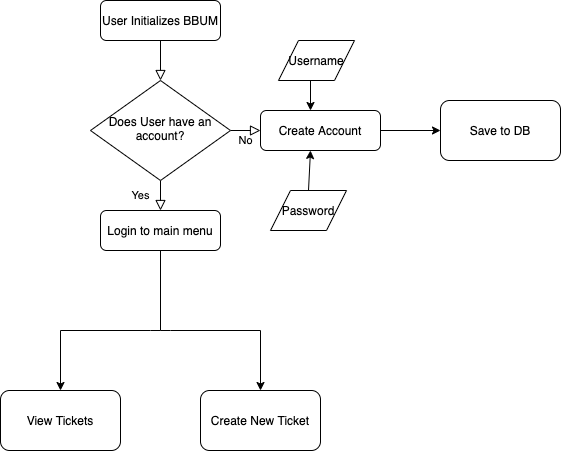
Earlier version of the draw.io export BBUN.png (maraque/Boring-but-Useful-Notifier-BBUN-). Source tidied: cells renumbered, new cells last; positions are measured from the earlier drawing's top-left corner, leaving out a move shared by most shapes. Its diagram source:
```xml
<mxGraphModel>
  <root>
    <mxCell id="0" />
    <mxCell id="1" parent="0" />
    <mxCell id="2" style="rounded=0;html=1;jettySize=auto;fontSize=11;endArrow=block;endFill=0;endSize=8;strokeWidth=1;shadow=0;labelBackgroundColor=none;edgeStyle=orthogonalEdgeStyle;" parent="1" edge="1" source="3" target="6">
      <mxGeometry relative="1" as="geometry" />
    </mxCell>
    <mxCell id="3" value="User Initializes BBUM" style="rounded=1;whiteSpace=wrap;html=1;fontSize=12;glass=0;strokeWidth=1;shadow=0;" parent="1" vertex="1">
      <mxGeometry x="100" width="120" height="40" as="geometry" />
    </mxCell>
    <mxCell id="4" value="Yes" style="rounded=0;html=1;jettySize=auto;fontSize=11;endArrow=block;endFill=0;endSize=8;strokeWidth=1;shadow=0;labelBackgroundColor=none;edgeStyle=orthogonalEdgeStyle;" parent="1" edge="1" source="6">
      <mxGeometry y="20" relative="1" as="geometry">
        <mxPoint x="160" y="210" as="targetPoint" />
      </mxGeometry>
    </mxCell>
    <mxCell id="5" value="No" style="edgeStyle=orthogonalEdgeStyle;rounded=0;html=1;jettySize=auto;fontSize=11;endArrow=block;endFill=0;endSize=8;strokeWidth=1;shadow=0;labelBackgroundColor=none;" parent="1" edge="1" source="6" target="7">
      <mxGeometry y="10" relative="1" as="geometry" />
    </mxCell>
    <mxCell id="6" value="Does User have an account?" style="rhombus;whiteSpace=wrap;html=1;shadow=0;fontFamily=Helvetica;fontSize=12;align=center;strokeWidth=1;spacing=6;spacingTop=-4;" parent="1" vertex="1">
      <mxGeometry x="90" y="80" width="140" height="100" as="geometry" />
    </mxCell>
    <mxCell id="7" value="Create Account" style="rounded=1;whiteSpace=wrap;html=1;fontSize=12;glass=0;strokeWidth=1;shadow=0;" parent="1" vertex="1">
      <mxGeometry x="260" y="110" width="120" height="40" as="geometry" />
    </mxCell>
    <mxCell id="8" value="Login to main menu" style="rounded=1;whiteSpace=wrap;html=1;fontSize=12;glass=0;strokeWidth=1;shadow=0;" parent="1" vertex="1">
      <mxGeometry x="100" y="210" width="120" height="40" as="geometry" />
    </mxCell>
    <mxCell id="9" value="Password" style="shape=parallelogram;perimeter=parallelogramPerimeter;whiteSpace=wrap;html=1;fixedSize=1;" parent="1" vertex="1">
      <mxGeometry x="270" y="190" width="76" height="40" as="geometry" />
    </mxCell>
    <mxCell id="10" value="Username" style="shape=parallelogram;perimeter=parallelogramPerimeter;whiteSpace=wrap;html=1;fixedSize=1;" parent="1" vertex="1">
      <mxGeometry x="278" y="40" width="76" height="40" as="geometry" />
    </mxCell>
    <mxCell id="11" style="endArrow=classic;html=1;" parent="1" edge="1">
      <mxGeometry relative="1" as="geometry">
        <mxPoint x="310" y="80" as="sourcePoint" />
        <mxPoint x="310" y="110" as="targetPoint" />
      </mxGeometry>
    </mxCell>
    <mxCell id="12" style="endArrow=classic;html=1;exitX=0.5;exitY=0;exitDx=0;exitDy=0;" parent="1" edge="1" source="9">
      <mxGeometry relative="1" as="geometry">
        <mxPoint x="310" y="150" as="targetPoint" />
      </mxGeometry>
    </mxCell>
    <mxCell id="13" style="endArrow=classic;html=1;exitX=1;exitY=0.5;exitDx=0;exitDy=0;" parent="1" edge="1" source="7">
      <mxGeometry relative="1" as="geometry">
        <mxPoint x="440" y="130" as="targetPoint" />
      </mxGeometry>
    </mxCell>
    <mxCell id="14" value="Save to DB" style="rounded=1;whiteSpace=wrap;html=1;" parent="1" vertex="1">
      <mxGeometry x="440" y="100" width="120" height="60" as="geometry" />
    </mxCell>
    <mxCell id="15" style="endArrow=none;html=1;entryX=0.5;entryY=1;entryDx=0;entryDy=0;" parent="1" edge="1" target="8">
      <mxGeometry relative="1" as="geometry">
        <mxPoint x="160" y="330" as="sourcePoint" />
      </mxGeometry>
    </mxCell>
    <mxCell id="16" style="endArrow=none;html=1;" parent="1" edge="1">
      <mxGeometry relative="1" as="geometry">
        <mxPoint x="60" y="330" as="sourcePoint" />
        <mxPoint x="260" y="330" as="targetPoint" />
        <Array as="points">
          <mxPoint x="160" y="330" />
        </Array>
      </mxGeometry>
    </mxCell>
    <mxCell id="17" style="endArrow=classic;html=1;" parent="1" edge="1">
      <mxGeometry relative="1" as="geometry">
        <mxPoint x="60" y="330" as="sourcePoint" />
        <mxPoint x="60" y="390" as="targetPoint" />
      </mxGeometry>
    </mxCell>
    <mxCell id="18" style="endArrow=classic;html=1;" parent="1" edge="1">
      <mxGeometry relative="1" as="geometry">
        <mxPoint x="260" y="330" as="sourcePoint" />
        <mxPoint x="260" y="390" as="targetPoint" />
      </mxGeometry>
    </mxCell>
    <mxCell id="19" value="View Tickets" style="rounded=1;whiteSpace=wrap;html=1;" parent="1" vertex="1">
      <mxGeometry y="390" width="120" height="60" as="geometry" />
    </mxCell>
    <mxCell id="20" value="Create New Ticket" style="rounded=1;whiteSpace=wrap;html=1;" parent="1" vertex="1">
      <mxGeometry x="200" y="390" width="120" height="60" as="geometry" />
    </mxCell>
  </root>
</mxGraphModel>
```
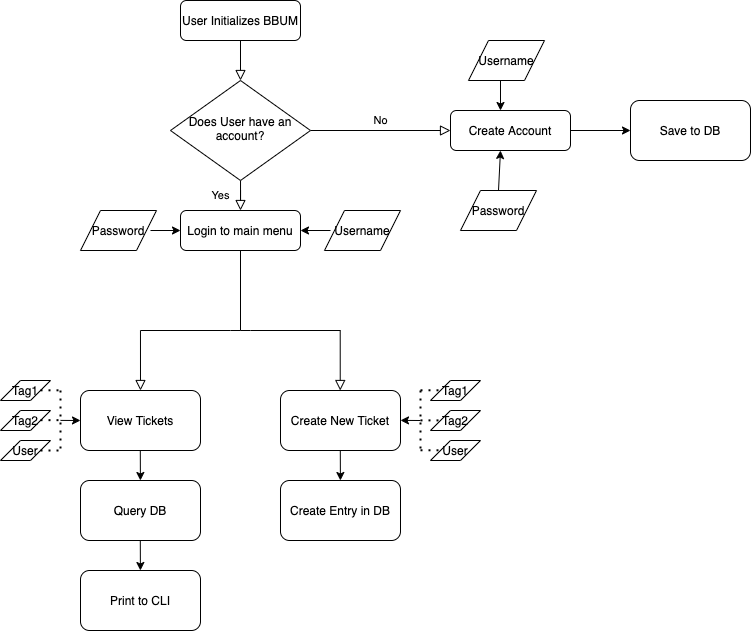
Above is the later version.

Diff of the diagram source:
```diff
@@ -2,6 +2,39 @@
   <root>
     <mxCell id="0" />
     <mxCell id="1" parent="0" />
+    <mxCell id="21" value="Tag2" style="shape=parallelogram;perimeter=parallelogramPerimeter;whiteSpace=wrap;html=1;fixedSize=1;" parent="1" vertex="1">
+      <mxGeometry x="350" y="410" width="50" height="20" as="geometry" />
+    </mxCell>
+    <mxCell id="22" value="Tag1" style="shape=parallelogram;perimeter=parallelogramPerimeter;whiteSpace=wrap;html=1;fixedSize=1;" parent="1" vertex="1">
+      <mxGeometry x="350" y="380" width="50" height="20" as="geometry" />
+    </mxCell>
+    <mxCell id="23" value="User" style="shape=parallelogram;perimeter=parallelogramPerimeter;whiteSpace=wrap;html=1;fixedSize=1;" parent="1" vertex="1">
+      <mxGeometry x="350" y="440" width="50" height="20" as="geometry" />
+    </mxCell>
+    <mxCell id="24" style="endArrow=none;dashed=1;html=1;dashPattern=1 3;strokeWidth=2;" parent="1" edge="1">
+      <mxGeometry relative="1" as="geometry">
+        <mxPoint x="340" y="390" as="sourcePoint" />
+        <mxPoint x="340" y="450" as="targetPoint" />
+      </mxGeometry>
+    </mxCell>
+    <mxCell id="25" style="endArrow=none;dashed=1;html=1;dashPattern=1 3;strokeWidth=2;" parent="1" edge="1">
+      <mxGeometry relative="1" as="geometry">
+        <mxPoint x="340" y="419.9" as="sourcePoint" />
+        <mxPoint x="360" y="419.9" as="targetPoint" />
+      </mxGeometry>
+    </mxCell>
+    <mxCell id="26" style="endArrow=none;dashed=1;html=1;dashPattern=1 3;strokeWidth=2;" parent="1" edge="1">
+      <mxGeometry relative="1" as="geometry">
+        <mxPoint x="340" y="449.8" as="sourcePoint" />
+        <mxPoint x="360" y="449.8" as="targetPoint" />
+      </mxGeometry>
+    </mxCell>
+    <mxCell id="27" style="endArrow=none;dashed=1;html=1;dashPattern=1 3;strokeWidth=2;" parent="1" edge="1">
+      <mxGeometry relative="1" as="geometry">
+        <mxPoint x="340" y="389.8" as="sourcePoint" />
+        <mxPoint x="360" y="389.8" as="targetPoint" />
+      </mxGeometry>
+    </mxCell>
     <mxCell id="2" style="rounded=0;html=1;jettySize=auto;fontSize=11;endArrow=block;endFill=0;endSize=8;strokeWidth=1;shadow=0;labelBackgroundColor=none;edgeStyle=orthogonalEdgeStyle;" parent="1" edge="1" source="3" target="6">
       <mxGeometry relative="1" as="geometry" />
     </mxCell>
@@ -20,35 +53,35 @@
       <mxGeometry x="90" y="80" width="140" height="100" as="geometry" />
     </mxCell>
     <mxCell id="7" value="Create Account" style="rounded=1;whiteSpace=wrap;html=1;fontSize=12;glass=0;strokeWidth=1;shadow=0;" parent="1" vertex="1">
-      <mxGeometry x="260" y="110" width="120" height="40" as="geometry" />
+      <mxGeometry x="370" y="110" width="120" height="40" as="geometry" />
     </mxCell>
     <mxCell id="8" value="Login to main menu" style="rounded=1;whiteSpace=wrap;html=1;fontSize=12;glass=0;strokeWidth=1;shadow=0;" parent="1" vertex="1">
       <mxGeometry x="100" y="210" width="120" height="40" as="geometry" />
     </mxCell>
     <mxCell id="9" value="Password" style="shape=parallelogram;perimeter=parallelogramPerimeter;whiteSpace=wrap;html=1;fixedSize=1;" parent="1" vertex="1">
-      <mxGeometry x="270" y="190" width="76" height="40" as="geometry" />
+      <mxGeometry x="380" y="190" width="76" height="40" as="geometry" />
     </mxCell>
     <mxCell id="10" value="Username" style="shape=parallelogram;perimeter=parallelogramPerimeter;whiteSpace=wrap;html=1;fixedSize=1;" parent="1" vertex="1">
-      <mxGeometry x="278" y="40" width="76" height="40" as="geometry" />
+      <mxGeometry x="388" y="40" width="76" height="40" as="geometry" />
     </mxCell>
     <mxCell id="11" style="endArrow=classic;html=1;" parent="1" edge="1">
       <mxGeometry relative="1" as="geometry">
-        <mxPoint x="310" y="80" as="sourcePoint" />
-        <mxPoint x="310" y="110" as="targetPoint" />
+        <mxPoint x="420" y="80" as="sourcePoint" />
+        <mxPoint x="420" y="110" as="targetPoint" />
       </mxGeometry>
     </mxCell>
     <mxCell id="12" style="endArrow=classic;html=1;exitX=0.5;exitY=0;exitDx=0;exitDy=0;" parent="1" edge="1" source="9">
       <mxGeometry relative="1" as="geometry">
-        <mxPoint x="310" y="150" as="targetPoint" />
+        <mxPoint x="420" y="150" as="targetPoint" />
       </mxGeometry>
     </mxCell>
     <mxCell id="13" style="endArrow=classic;html=1;exitX=1;exitY=0.5;exitDx=0;exitDy=0;" parent="1" edge="1" source="7">
       <mxGeometry relative="1" as="geometry">
-        <mxPoint x="440" y="130" as="targetPoint" />
+        <mxPoint x="550" y="130" as="targetPoint" />
       </mxGeometry>
     </mxCell>
     <mxCell id="14" value="Save to DB" style="rounded=1;whiteSpace=wrap;html=1;" parent="1" vertex="1">
-      <mxGeometry x="440" y="100" width="120" height="60" as="geometry" />
+      <mxGeometry x="550" y="100" width="120" height="60" as="geometry" />
     </mxCell>
     <mxCell id="15" style="endArrow=none;html=1;entryX=0.5;entryY=1;entryDx=0;entryDy=0;" parent="1" edge="1" target="8">
       <mxGeometry relative="1" as="geometry">
@@ -64,23 +97,109 @@
         </Array>
       </mxGeometry>
     </mxCell>
-    <mxCell id="17" style="endArrow=classic;html=1;" parent="1" edge="1">
-      <mxGeometry relative="1" as="geometry">
-        <mxPoint x="60" y="330" as="sourcePoint" />
-        <mxPoint x="60" y="390" as="targetPoint" />
-      </mxGeometry>
-    </mxCell>
-    <mxCell id="18" style="endArrow=classic;html=1;" parent="1" edge="1">
-      <mxGeometry relative="1" as="geometry">
-        <mxPoint x="260" y="330" as="sourcePoint" />
-        <mxPoint x="260" y="390" as="targetPoint" />
-      </mxGeometry>
-    </mxCell>
     <mxCell id="19" value="View Tickets" style="rounded=1;whiteSpace=wrap;html=1;" parent="1" vertex="1">
       <mxGeometry y="390" width="120" height="60" as="geometry" />
     </mxCell>
     <mxCell id="20" value="Create New Ticket" style="rounded=1;whiteSpace=wrap;html=1;" parent="1" vertex="1">
       <mxGeometry x="200" y="390" width="120" height="60" as="geometry" />
     </mxCell>
+    <mxCell id="28" value="Password" style="shape=parallelogram;perimeter=parallelogramPerimeter;whiteSpace=wrap;html=1;fixedSize=1;" parent="1" vertex="1">
+      <mxGeometry y="210" width="76" height="40" as="geometry" />
+    </mxCell>
+    <mxCell id="29" value="Username" style="shape=parallelogram;perimeter=parallelogramPerimeter;whiteSpace=wrap;html=1;fixedSize=1;" parent="1" vertex="1">
+      <mxGeometry x="244" y="210" width="76" height="40" as="geometry" />
+    </mxCell>
+    <mxCell id="30" style="endArrow=classic;html=1;" parent="1" edge="1">
+      <mxGeometry relative="1" as="geometry">
+        <mxPoint x="250" y="230" as="sourcePoint" />
+        <mxPoint x="220" y="230" as="targetPoint" />
+      </mxGeometry>
+    </mxCell>
+    <mxCell id="31" style="endArrow=classic;html=1;" parent="1" edge="1">
+      <mxGeometry relative="1" as="geometry">
+        <mxPoint x="70" y="230" as="sourcePoint" />
+        <mxPoint x="100" y="230" as="targetPoint" />
+      </mxGeometry>
+    </mxCell>
+    <mxCell id="32" style="rounded=0;html=1;jettySize=auto;fontSize=11;endArrow=block;endFill=0;endSize=8;strokeWidth=1;shadow=0;labelBackgroundColor=none;edgeStyle=orthogonalEdgeStyle;entryX=0.5;entryY=0;entryDx=0;entryDy=0;" parent="1" edge="1" target="19">
+      <mxGeometry y="20" relative="1" as="geometry">
+        <mxPoint x="60" y="330" as="sourcePoint" />
+      </mxGeometry>
+    </mxCell>
+    <mxCell id="33" style="rounded=0;html=1;jettySize=auto;orthogonalLoop=1;fontSize=11;endArrow=block;endFill=0;endSize=8;strokeWidth=1;shadow=0;labelBackgroundColor=none;edgeStyle=orthogonalEdgeStyle;entryX=0.5;entryY=0;entryDx=0;entryDy=0;" parent="1" edge="1">
+      <mxGeometry y="20" relative="1" as="geometry">
+        <mxPoint x="259.7" y="330" as="sourcePoint" />
+        <mxPoint x="259.7" y="390" as="targetPoint" />
+      </mxGeometry>
+    </mxCell>
+    <mxCell id="34" value="Tag2" style="shape=parallelogram;perimeter=parallelogramPerimeter;whiteSpace=wrap;html=1;fixedSize=1;" parent="1" vertex="1">
+      <mxGeometry x="-80" y="410" width="50" height="20" as="geometry" />
+    </mxCell>
+    <mxCell id="35" value="Tag1" style="shape=parallelogram;perimeter=parallelogramPerimeter;whiteSpace=wrap;html=1;fixedSize=1;" parent="1" vertex="1">
+      <mxGeometry x="-80" y="380" width="50" height="20" as="geometry" />
+    </mxCell>
+    <mxCell id="36" value="User" style="shape=parallelogram;perimeter=parallelogramPerimeter;whiteSpace=wrap;html=1;fixedSize=1;" parent="1" vertex="1">
+      <mxGeometry x="-80" y="440" width="50" height="20" as="geometry" />
+    </mxCell>
+    <mxCell id="37" style="endArrow=none;dashed=1;html=1;dashPattern=1 3;strokeWidth=2;" parent="1" edge="1">
+      <mxGeometry relative="1" as="geometry">
+        <mxPoint x="-20" y="390" as="sourcePoint" />
+        <mxPoint x="-20" y="450" as="targetPoint" />
+      </mxGeometry>
+    </mxCell>
+    <mxCell id="38" style="endArrow=none;dashed=1;html=1;dashPattern=1 3;strokeWidth=2;" parent="1" edge="1">
+      <mxGeometry relative="1" as="geometry">
+        <mxPoint x="-40" y="419.7" as="sourcePoint" />
+        <mxPoint x="-20" y="419.7" as="targetPoint" />
+      </mxGeometry>
+    </mxCell>
+    <mxCell id="39" style="endArrow=none;dashed=1;html=1;dashPattern=1 3;strokeWidth=2;" parent="1" edge="1">
+      <mxGeometry relative="1" as="geometry">
+        <mxPoint x="-40" y="450" as="sourcePoint" />
+        <mxPoint x="-20" y="450" as="targetPoint" />
+      </mxGeometry>
+    </mxCell>
+    <mxCell id="40" style="endArrow=none;dashed=1;html=1;dashPattern=1 3;strokeWidth=2;" parent="1" edge="1">
+      <mxGeometry relative="1" as="geometry">
+        <mxPoint x="-40" y="389.8" as="sourcePoint" />
+        <mxPoint x="-20" y="389.8" as="targetPoint" />
+      </mxGeometry>
+    </mxCell>
+    <mxCell id="41" style="endArrow=classic;html=1;" parent="1" edge="1">
+      <mxGeometry relative="1" as="geometry">
+        <mxPoint x="-20" y="419.9" as="sourcePoint" />
+        <mxPoint y="420" as="targetPoint" />
+      </mxGeometry>
+    </mxCell>
+    <mxCell id="42" style="endArrow=classic;html=1;" parent="1" edge="1">
+      <mxGeometry relative="1" as="geometry">
+        <mxPoint x="340" y="420" as="sourcePoint" />
+        <mxPoint x="320" y="419.9" as="targetPoint" />
+      </mxGeometry>
+    </mxCell>
+    <mxCell id="43" style="endArrow=classic;html=1;" parent="1" edge="1" target="44">
+      <mxGeometry relative="1" as="geometry">
+        <mxPoint x="59.8" y="450" as="sourcePoint" />
+      </mxGeometry>
+    </mxCell>
+    <mxCell id="44" value="Query DB" style="rounded=1;whiteSpace=wrap;html=1;" parent="1" vertex="1">
+      <mxGeometry y="480" width="120" height="60" as="geometry" />
+    </mxCell>
+    <mxCell id="45" style="endArrow=classic;html=1;" parent="1" edge="1" target="46">
+      <mxGeometry relative="1" as="geometry">
+        <mxPoint x="59.8" y="540" as="sourcePoint" />
+      </mxGeometry>
+    </mxCell>
+    <mxCell id="46" value="Print to CLI" style="rounded=1;whiteSpace=wrap;html=1;" parent="1" vertex="1">
+      <mxGeometry y="570" width="120" height="60" as="geometry" />
+    </mxCell>
+    <mxCell id="47" style="endArrow=classic;html=1;" parent="1" edge="1" target="48">
+      <mxGeometry relative="1" as="geometry">
+        <mxPoint x="259.8" y="450" as="sourcePoint" />
+      </mxGeometry>
+    </mxCell>
+    <mxCell id="48" value="Create Entry in DB" style="rounded=1;whiteSpace=wrap;html=1;" parent="1" vertex="1">
+      <mxGeometry x="200" y="480" width="120" height="60" as="geometry" />
+    </mxCell>
   </root>
 </mxGraphModel>
```
